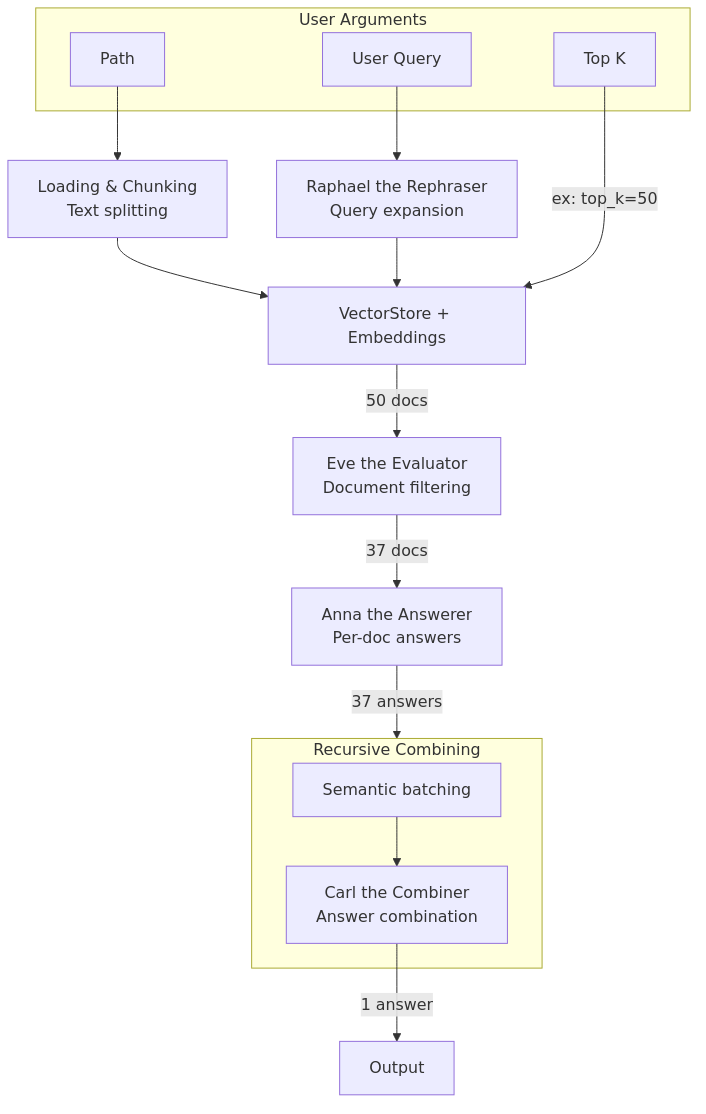
The Mermaid diagram images/diagram_query.png in thiswillbeyourgithub/wdoc, before a commit. Its source is kept beside it as images/diagram_query.mmd.
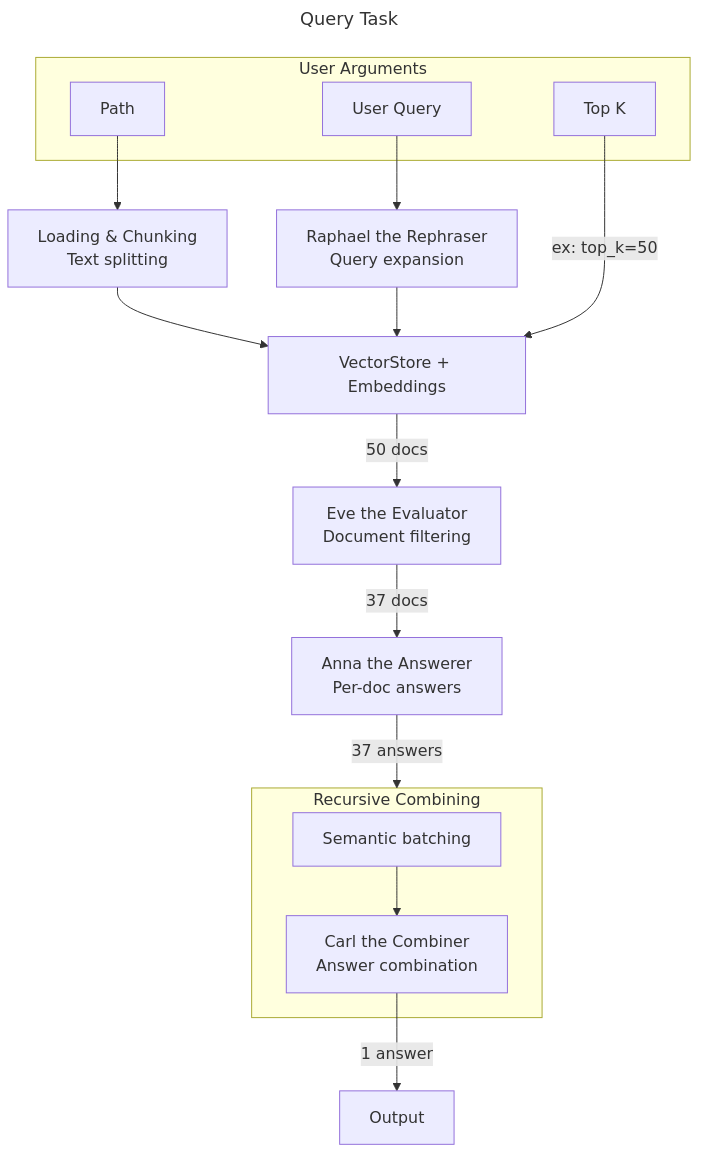
After the commit.

Commit message:
add title to the mermaid diagrams

What changed in the source:
```diff
@@ -1,3 +1,7 @@
+---
+title: Query Task
+---
+
 flowchart TD
     subgraph Inputs["User Arguments"]
         Path["Path"]
```
